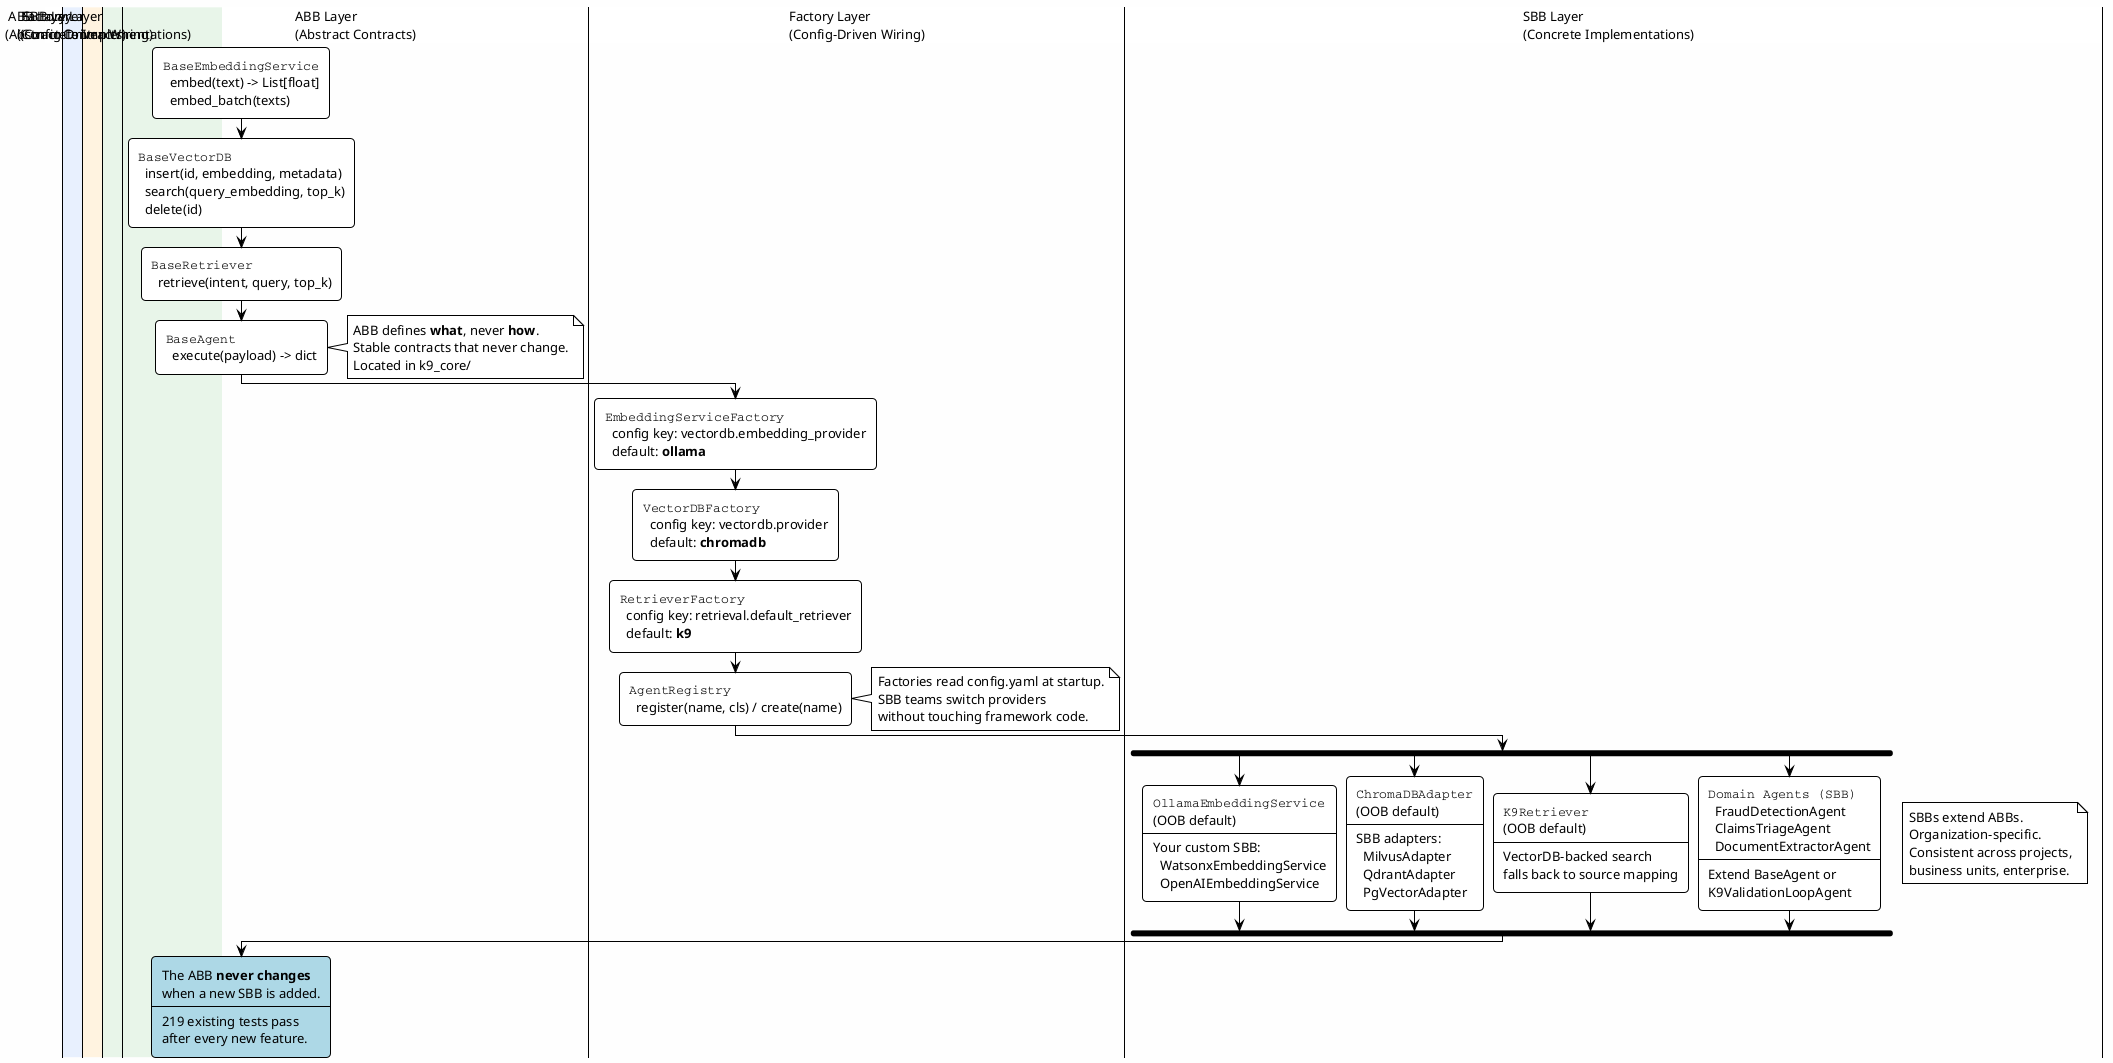
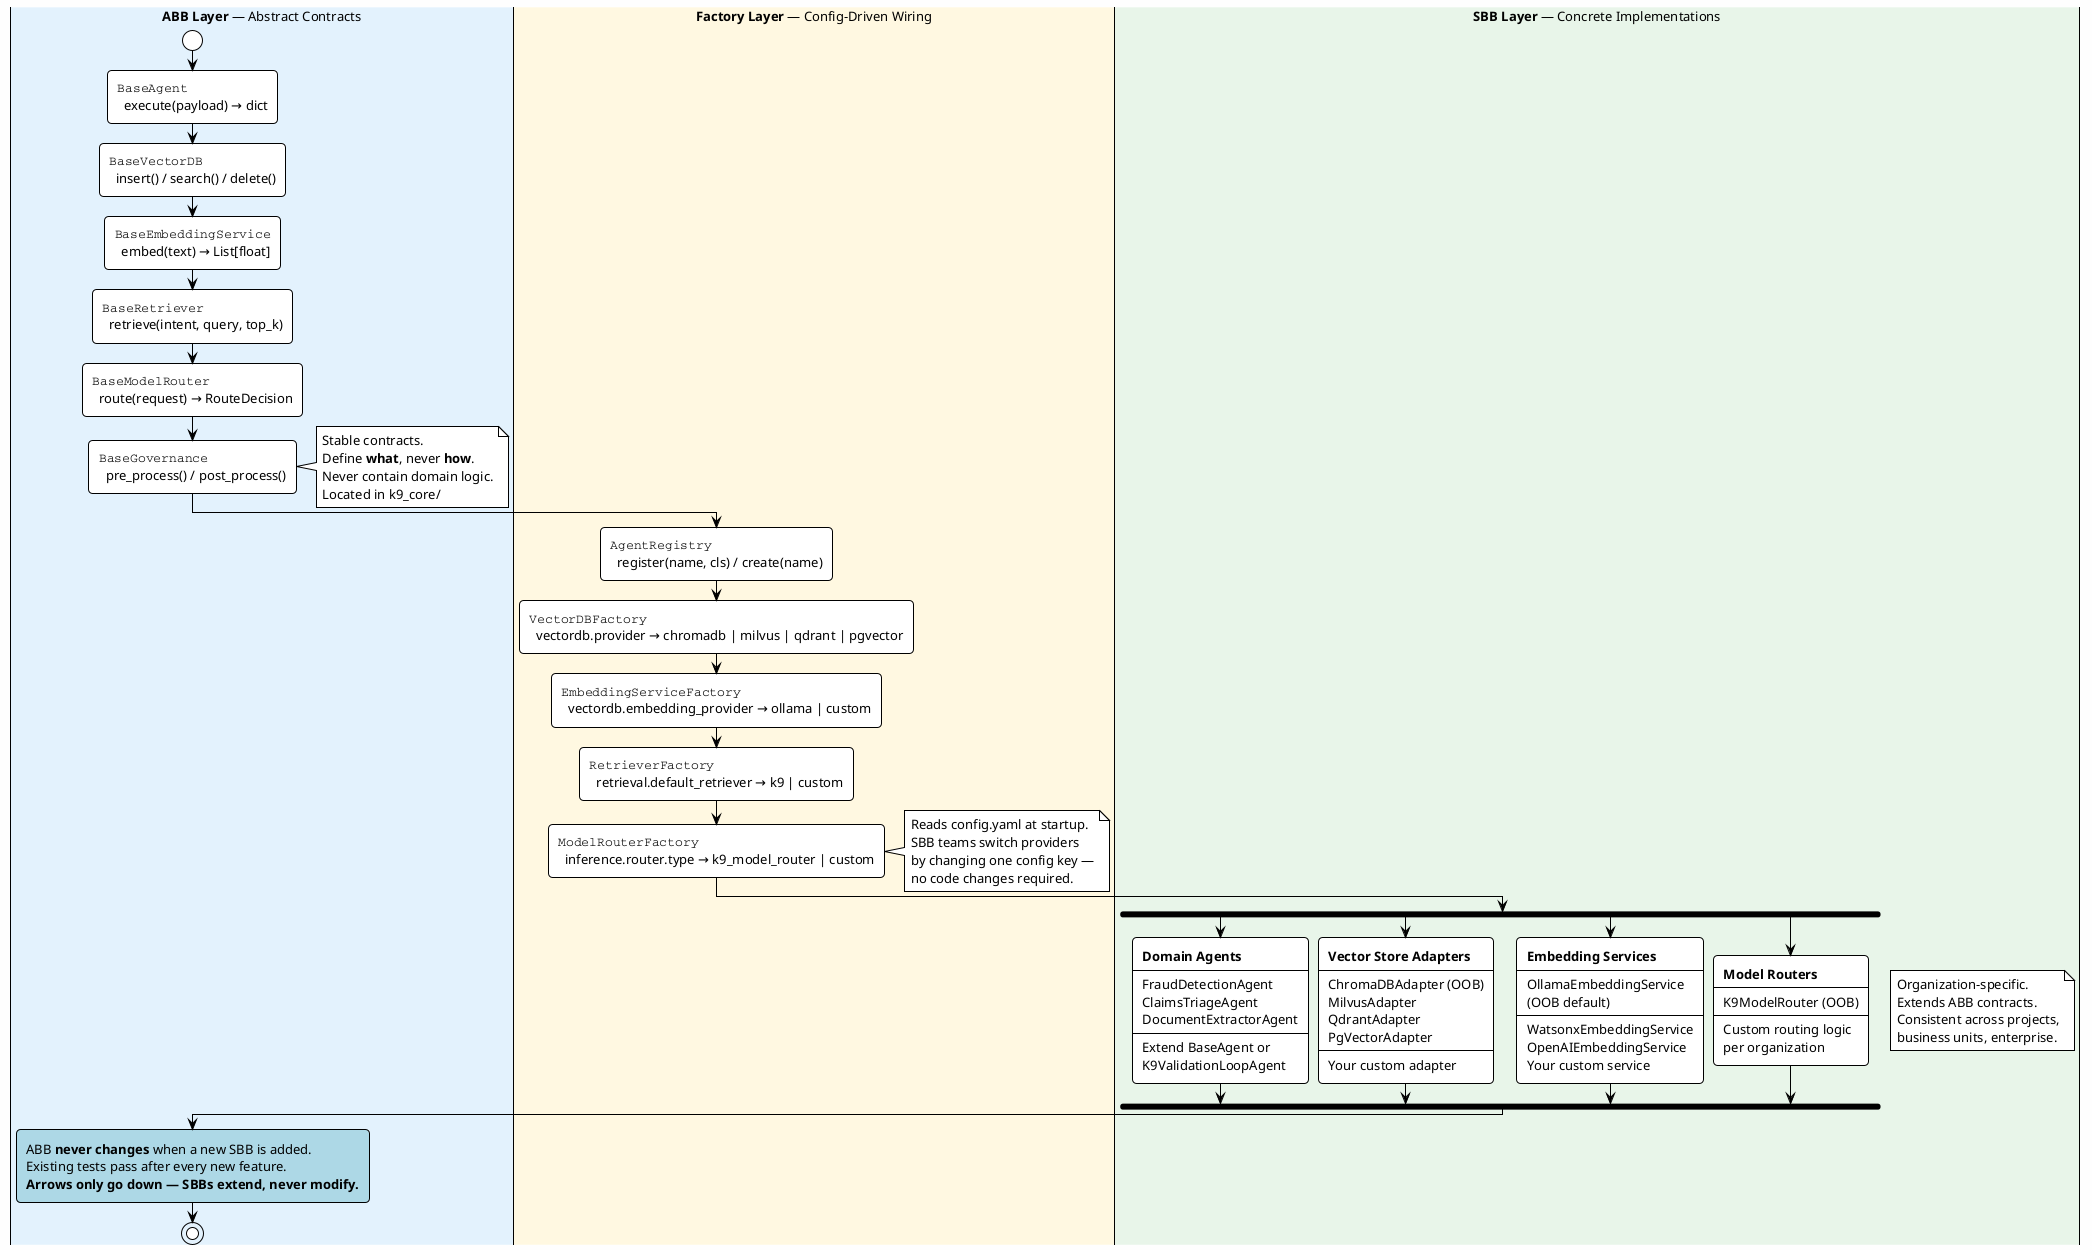
@startuml k9-aif-abb-sbb-swimlane
!theme plain
skinparam backgroundColor #FEFEFE
skinparam defaultFontName "Segoe UI"
skinparam defaultFontSize 13
skinparam shadowing false
skinparam roundcorner 8
- skinparam swimlaneWidth 200

- |#E8F0FE| ABB Layer\n(Abstract Contracts) |
- |#FFF3E0| Factory Layer\n(Config-Driven Wiring) |
- |#E8F5E9| SBB Layer\n(Concrete Implementations) |
- 
- |ABB Layer\n(Abstract Contracts)|
- :""BaseEmbeddingService""\n  embed(text) -> List[float]\n  embed_batch(texts);
- :""BaseVectorDB""\n  insert(id, embedding, metadata)\n  search(query_embedding, top_k)\n  delete(id);
- :""BaseRetriever""\n  retrieve(intent, query, top_k);
- :""BaseAgent""\n  execute(payload) -> dict;
+ |#E3F2FD| **ABB Layer** — Abstract Contracts |
+ start
+ :""BaseAgent""
+   execute(payload) → dict;
+ :""BaseVectorDB""
+   insert() / search() / delete();
+ :""BaseEmbeddingService""
+   embed(text) → List[float];
+ :""BaseRetriever""
+   retrieve(intent, query, top_k);
+ :""BaseModelRouter""
+   route(request) → RouteDecision;
+ :""BaseGovernance""
+   pre_process() / post_process();
note right
-   ABB defines **what**, never **how**.
-   Stable contracts that never change.
+   Stable contracts.
+   Define **what**, never **how**.
+   Never contain domain logic.
  Located in k9_core/
end note

- |Factory Layer\n(Config-Driven Wiring)|
- :""EmbeddingServiceFactory""\n  config key: vectordb.embedding_provider\n  default: **ollama**;
- :""VectorDBFactory""\n  config key: vectordb.provider\n  default: **chromadb**;
- :""RetrieverFactory""\n  config key: retrieval.default_retriever\n  default: **k9**;
- :""AgentRegistry""\n  register(name, cls) / create(name);
+ |#FFF8E1| **Factory Layer** — Config-Driven Wiring |
+ :""AgentRegistry""
+   register(name, cls) / create(name);
+ :""VectorDBFactory""
+   vectordb.provider → chromadb | milvus | qdrant | pgvector;
+ :""EmbeddingServiceFactory""
+   vectordb.embedding_provider → ollama | custom;
+ :""RetrieverFactory""
+   retrieval.default_retriever → k9 | custom;
+ :""ModelRouterFactory""
+   inference.router.type → k9_model_router | custom;
note right
-   Factories read config.yaml at startup.
+   Reads config.yaml at startup.
  SBB teams switch providers
-   without touching framework code.
+   by changing one config key —
+   no code changes required.
end note

- |SBB Layer\n(Concrete Implementations)|
- 
+ |#E8F5E9| **SBB Layer** — Concrete Implementations |
fork
-   :""OllamaEmbeddingService""\n(OOB default)\n----\nYour custom SBB:\n  WatsonxEmbeddingService\n  OpenAIEmbeddingService;
+   :**Domain Agents**
+   ----
+   FraudDetectionAgent
+   ClaimsTriageAgent
+   DocumentExtractorAgent
+   ----
+   Extend BaseAgent or
+   K9ValidationLoopAgent;
fork again
-   :""ChromaDBAdapter""\n(OOB default)\n----\nSBB adapters:\n  MilvusAdapter\n  QdrantAdapter\n  PgVectorAdapter;
+   :**Vector Store Adapters**
+   ----
+   ChromaDBAdapter (OOB)
+   MilvusAdapter
+   QdrantAdapter
+   PgVectorAdapter
+   ----
+   Your custom adapter;
fork again
-   :""K9Retriever""\n(OOB default)\n----\nVectorDB-backed search\nfalls back to source mapping;
+   :**Embedding Services**
+   ----
+   OllamaEmbeddingService
+   (OOB default)
+   ----
+   WatsonxEmbeddingService
+   OpenAIEmbeddingService
+   Your custom service;
fork again
-   :""Domain Agents (SBB)""\n  FraudDetectionAgent\n  ClaimsTriageAgent\n  DocumentExtractorAgent\n----\nExtend BaseAgent or\nK9ValidationLoopAgent;
+   :**Model Routers**
+   ----
+   K9ModelRouter (OOB)
+   ----
+   Custom routing logic
+   per organization;
end fork

note right
-   SBBs extend ABBs.
  Organization-specific.
+   Extends ABB contracts.
  Consistent across projects,
  business units, enterprise.
end note

- |ABB Layer\n(Abstract Contracts)|
- #LightBlue:The ABB **never changes**\nwhen a new SBB is added.\n----\n219 existing tests pass\nafter every new feature.;
+ |#E3F2FD| **ABB Layer** — Abstract Contracts |
+ #LightBlue:ABB **never changes** when a new SBB is added.
+ Existing tests pass after every new feature.
+ **Arrows only go down — SBBs extend, never modify.**;
+ stop

@enduml
